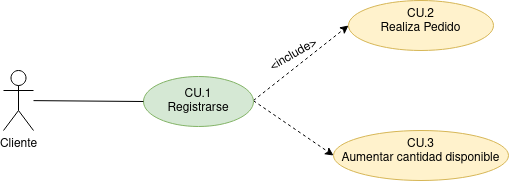
Above: Tareas/casosUso/Tarea5-Tienda Virtual/TiendaVirtual.drawio.png in colidom/ets (draw.io), before the change. Source tidied: cells renumbered, new cells last; positions are measured from the earlier drawing's top-left corner, leaving out a move shared by most shapes.
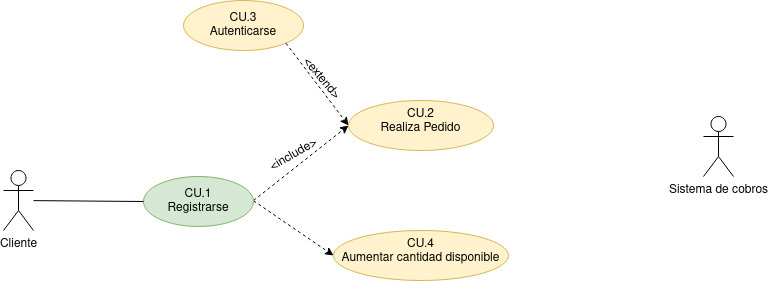
After the commit.

Diff of the diagram source:
```diff
@@ -15,7 +15,7 @@
     <mxCell id="4" value="&lt;div&gt;CU.2&lt;/div&gt;&lt;div&gt;Realiza Pedido&lt;/div&gt;" style="ellipse;whiteSpace=wrap;html=1;verticalAlign=top;fillColor=#fff2cc;strokeColor=#d6b656;" parent="1" vertex="1">
       <mxGeometry x="345" width="145" height="50" as="geometry" />
     </mxCell>
-    <mxCell id="5" value="&lt;div&gt;CU.3&lt;/div&gt;&lt;div&gt;Aumentar cantidad disponible&lt;br&gt;&lt;/div&gt;" style="ellipse;whiteSpace=wrap;html=1;verticalAlign=top;fillColor=#fff2cc;strokeColor=#d6b656;" parent="1" vertex="1">
+    <mxCell id="5" value="&lt;div&gt;CU.4&lt;/div&gt;&lt;div&gt;Aumentar cantidad disponible&lt;br&gt;&lt;/div&gt;" style="ellipse;whiteSpace=wrap;html=1;verticalAlign=top;fillColor=#fff2cc;strokeColor=#d6b656;" parent="1" vertex="1">
       <mxGeometry x="330" y="130" width="175" height="50" as="geometry" />
     </mxCell>
     <mxCell id="6" value="Cliente" style="shape=umlActor;verticalLabelPosition=bottom;verticalAlign=top;html=1;outlineConnect=0;" parent="1" vertex="1">
@@ -30,5 +30,17 @@
     <mxCell id="9" value="&amp;lt;include&amp;gt;" style="text;html=1;align=center;verticalAlign=middle;strokeColor=none;fillColor=none;rotation=-30;" parent="1" vertex="1">
       <mxGeometry x="250" y="40" width="80" height="30" as="geometry" />
     </mxCell>
+    <mxCell id="10" value="Sistema de cobros" style="shape=umlActor;verticalLabelPosition=bottom;verticalAlign=top;html=1;" parent="1" vertex="1">
+      <mxGeometry x="700" y="16" width="30" height="60" as="geometry" />
+    </mxCell>
+    <mxCell id="11" value="&lt;div&gt;CU.3&lt;/div&gt;&lt;div&gt;Autenticarse&lt;br&gt;&lt;/div&gt;" style="ellipse;whiteSpace=wrap;html=1;fillColor=#fff2cc;strokeColor=#d6b656;" parent="1" vertex="1">
+      <mxGeometry x="180" y="-100" width="120" height="50" as="geometry" />
+    </mxCell>
+    <mxCell id="12" style="endArrow=classic;html=1;rounded=0;dashed=1;exitX=1;exitY=1;exitDx=0;exitDy=0;entryX=0;entryY=0.5;entryDx=0;entryDy=0;" parent="1" edge="1" source="11" target="4">
+      <mxGeometry relative="1" as="geometry" />
+    </mxCell>
+    <mxCell id="13" value="&amp;lt;extend&amp;gt;" style="text;html=1;align=center;verticalAlign=middle;strokeColor=none;fillColor=none;rotation=50;" parent="1" vertex="1">
+      <mxGeometry x="283" y="-37" width="70" height="30" as="geometry" />
+    </mxCell>
   </root>
 </mxGraphModel>
```
